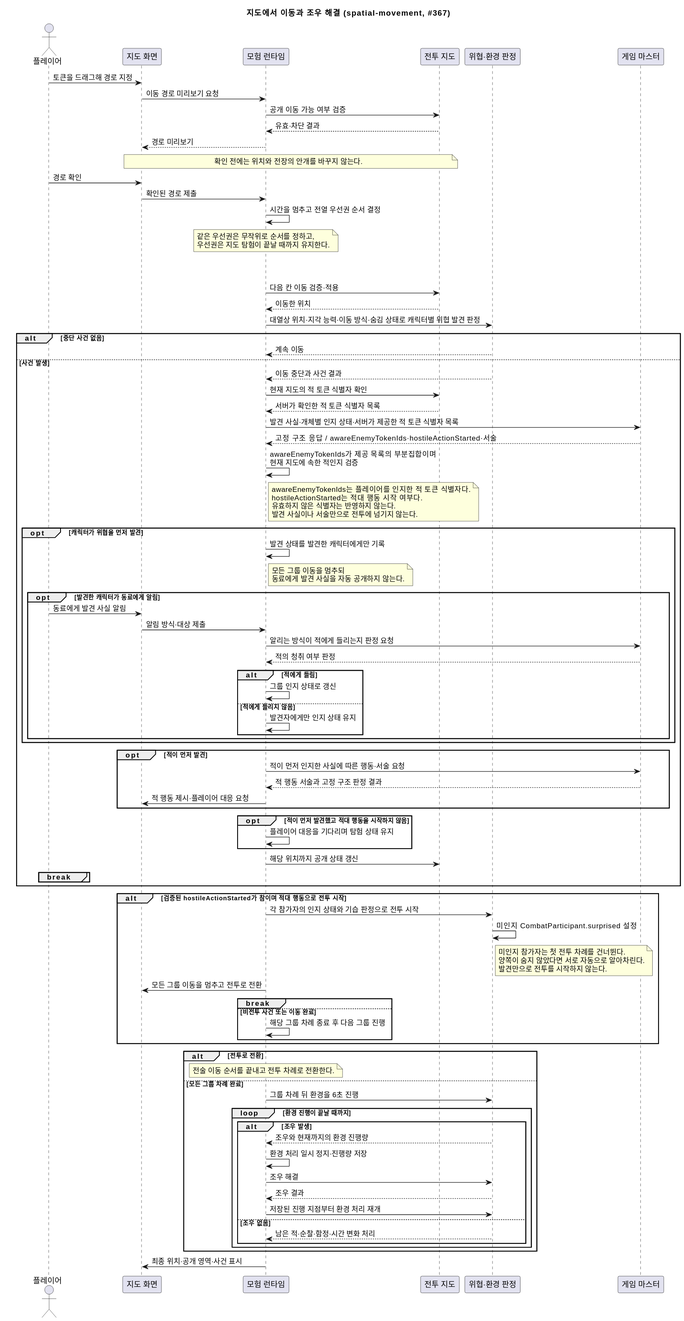
Above: docs/contracts/diagrams/spatial-movement.sequence.svg in omegafrog/dnd-master (PlantUML), before the change.
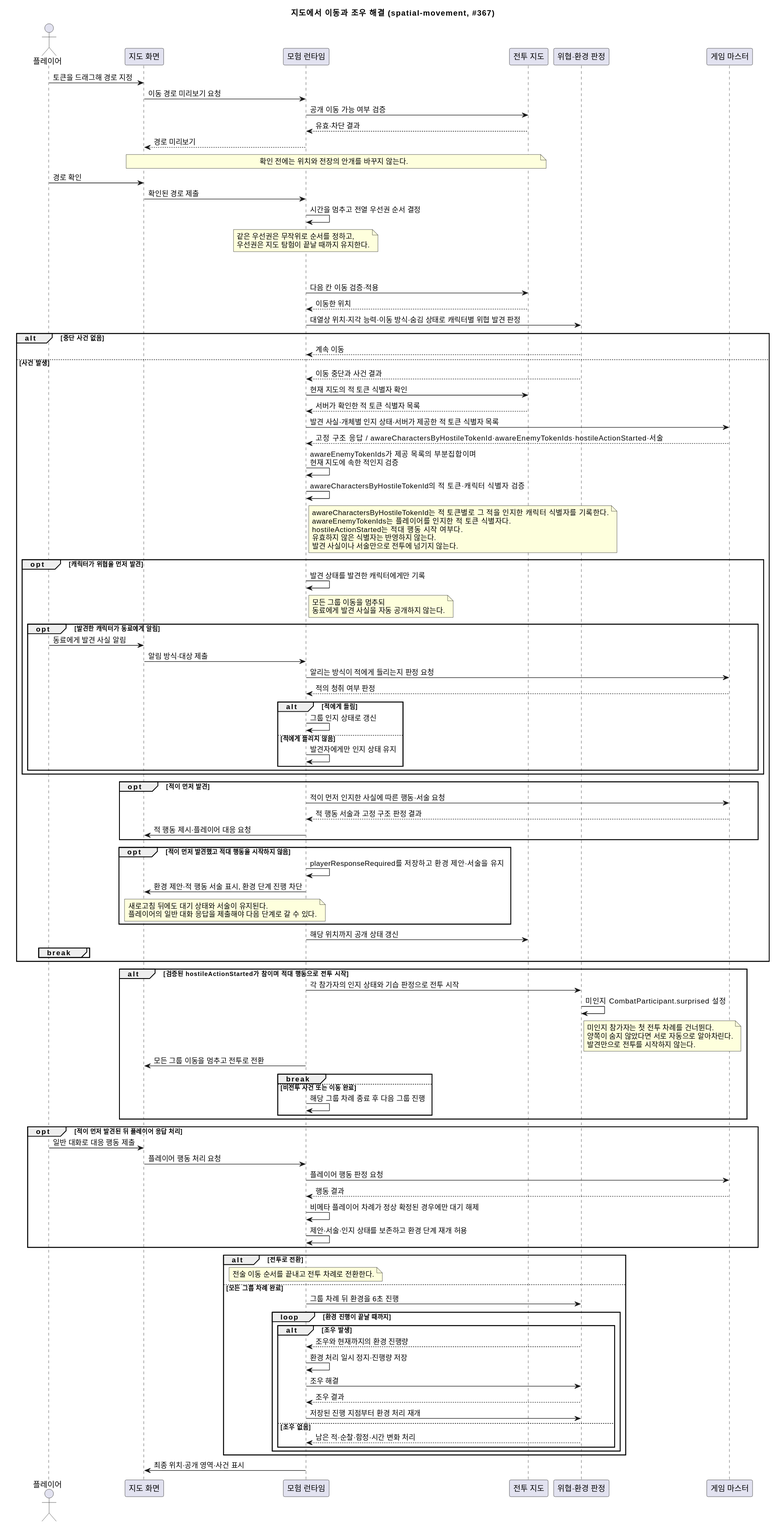
The same file after the commit.

What changed in the source:
```diff
@@ -31,9 +31,11 @@
        Runtime -> Map : 현재 지도의 적 토큰 식별자 확인
        Map --> Runtime : 서버가 확인한 적 토큰 식별자 목록
        Runtime -> GM : 발견 사실·개체별 인지 상태·서버가 제공한 적 토큰 식별자 목록
-       GM --> Runtime : 고정 구조 응답 / awareEnemyTokenIds·hostileActionStarted·서술
+       GM --> Runtime : 고정 구조 응답 / awareCharactersByHostileTokenId·awareEnemyTokenIds·hostileActionStarted·서술
        Runtime -> Runtime : awareEnemyTokenIds가 제공 목록의 부분집합이며\n현재 지도에 속한 적인지 검증
+       Runtime -> Runtime : awareCharactersByHostileTokenId의 적 토큰·캐릭터 식별자 검증
        note right of Runtime
+         awareCharactersByHostileTokenId는 적 토큰별로 그 적을 인지한 캐릭터 식별자를 기록한다.
          awareEnemyTokenIds는 플레이어를 인지한 적 토큰 식별자다.
          hostileActionStarted는 적대 행동 시작 여부다.
          유효하지 않은 식별자는 반영하지 않는다.
@@ -63,7 +65,12 @@
          Runtime -> UI : 적 행동 제시·플레이어 대응 요청
        end
        opt 적이 먼저 발견했고 적대 행동을 시작하지 않음
-         Runtime -> Runtime : 플레이어 대응을 기다리며 탐험 상태 유지
+         Runtime -> Runtime : playerResponseRequired를 저장하고 환경 제안·서술을 유지
+         Runtime -> UI : 환경 제안·적 행동 서술 표시, 환경 단계 진행 차단
+         note over Runtime,UI
+           새로고침 뒤에도 대기 상태와 서술이 유지된다.
+           플레이어의 일반 대화 응답을 제출해야 다음 단계로 갈 수 있다.
+         end note
        end
        Runtime -> Map : 해당 위치까지 공개 상태 갱신
        break
@@ -83,6 +90,14 @@
      Runtime -> Runtime : 해당 그룹 차례 종료 후 다음 그룹 진행
    end
  end
+ opt 적이 먼저 발견된 뒤 플레이어 응답 처리
+   Player -> UI : 일반 대화로 대응 행동 제출
+   UI -> Runtime : 플레이어 행동 처리 요청
+   Runtime -> GM : 플레이어 행동 판정 요청
+   GM --> Runtime : 행동 결과
+   Runtime -> Runtime : 비메타 플레이어 차례가 정상 확정된 경우에만 대기 해제
+   Runtime -> Runtime : 제안·서술·인지 상태를 보존하고 환경 단계 재개 허용
+ end
  alt 전투로 전환
    note over Runtime : 전술 이동 순서를 끝내고 전투 차례로 전환한다.
  else 모든 그룹 차례 완료
```
